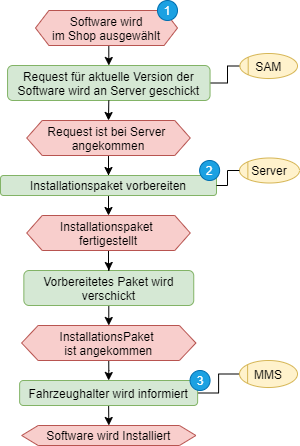
Before: Ausarbeitung/text/pictures/konzept-Eigene-Installation.png, a diagram exported from draw.io (hesty98/bachelorthesis). Source tidied: cells renumbered, new cells last; positions are measured from the earlier drawing's top-left corner, leaving out a move shared by most shapes.
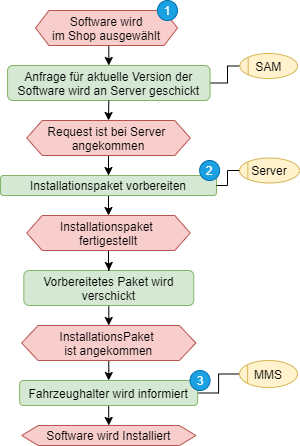
The same file after the commit.

Diff of the diagram source:
```diff
@@ -17,7 +17,7 @@
         </Array>
       </mxGeometry>
     </mxCell>
-    <mxCell id="5" value="Request für aktuelle Version der&#10;Software wird an Server geschickt" style="shape=ext;rounded=1;fillColor=#d5e8d4;strokeColor=#82b366;" parent="1" vertex="1">
+    <mxCell id="5" value="Anfrage für aktuelle Version der&#10;Software wird an Server geschickt" style="shape=ext;rounded=1;fillColor=#d5e8d4;strokeColor=#82b366;" parent="1" vertex="1">
       <mxGeometry x="7.1" y="65" width="202.5" height="35" as="geometry" />
     </mxCell>
     <mxCell id="6" value="SAM" style="ellipse;align=center;fillColor=#fff2cc;strokeColor=#d6b656;" parent="1" vertex="1">
```
